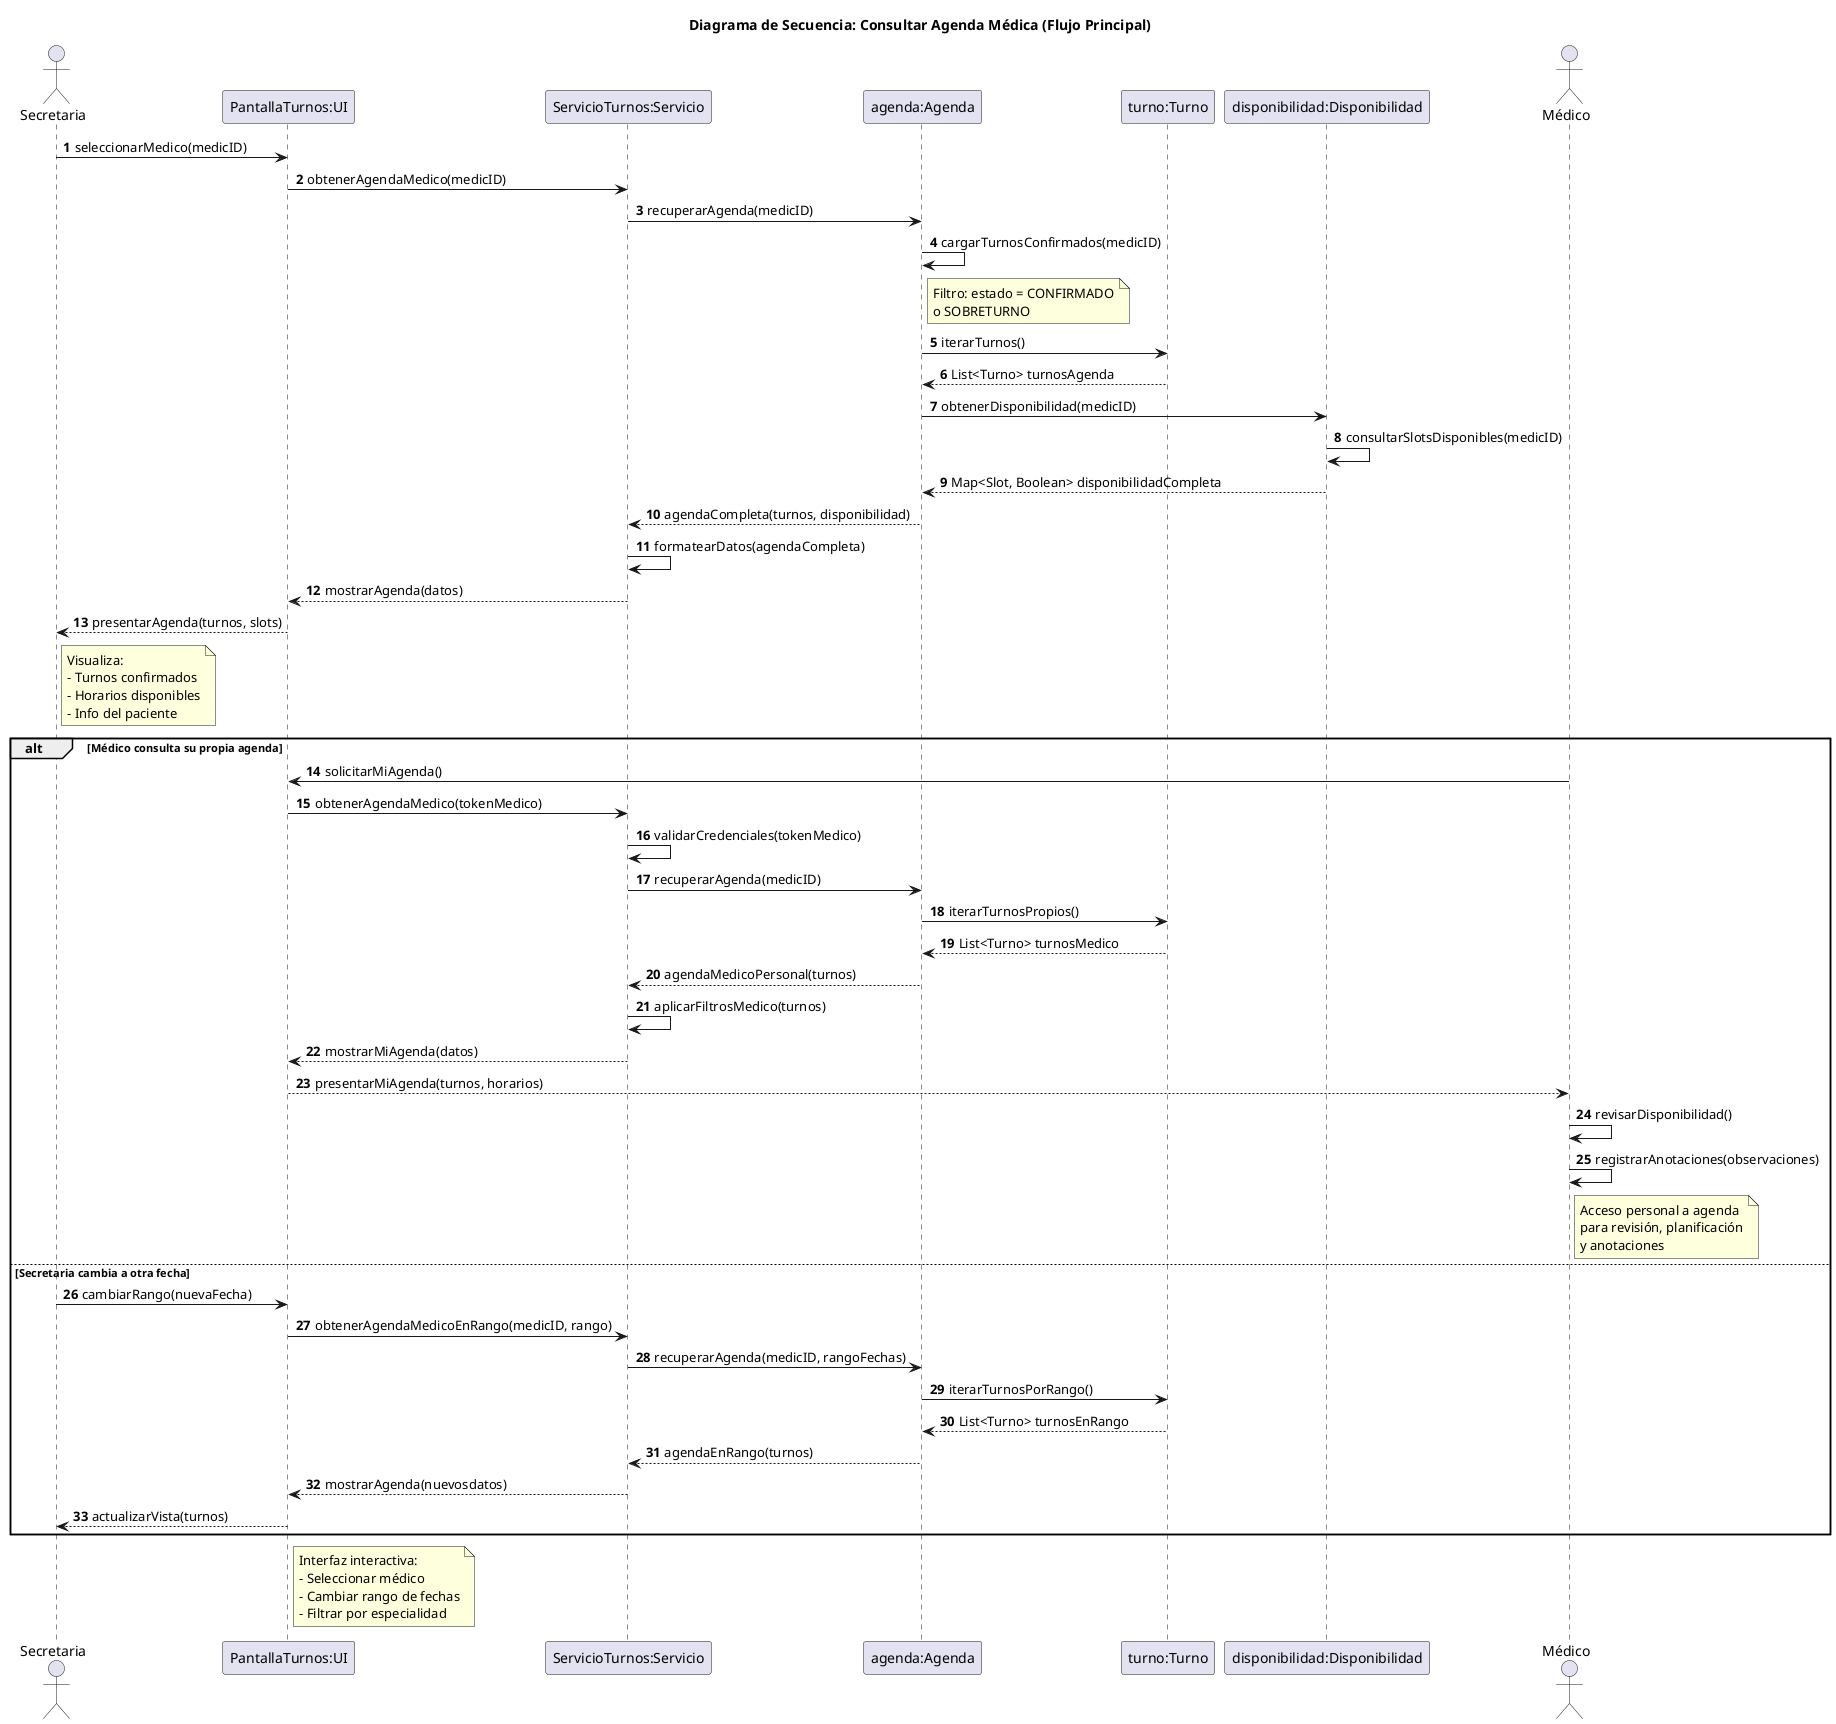
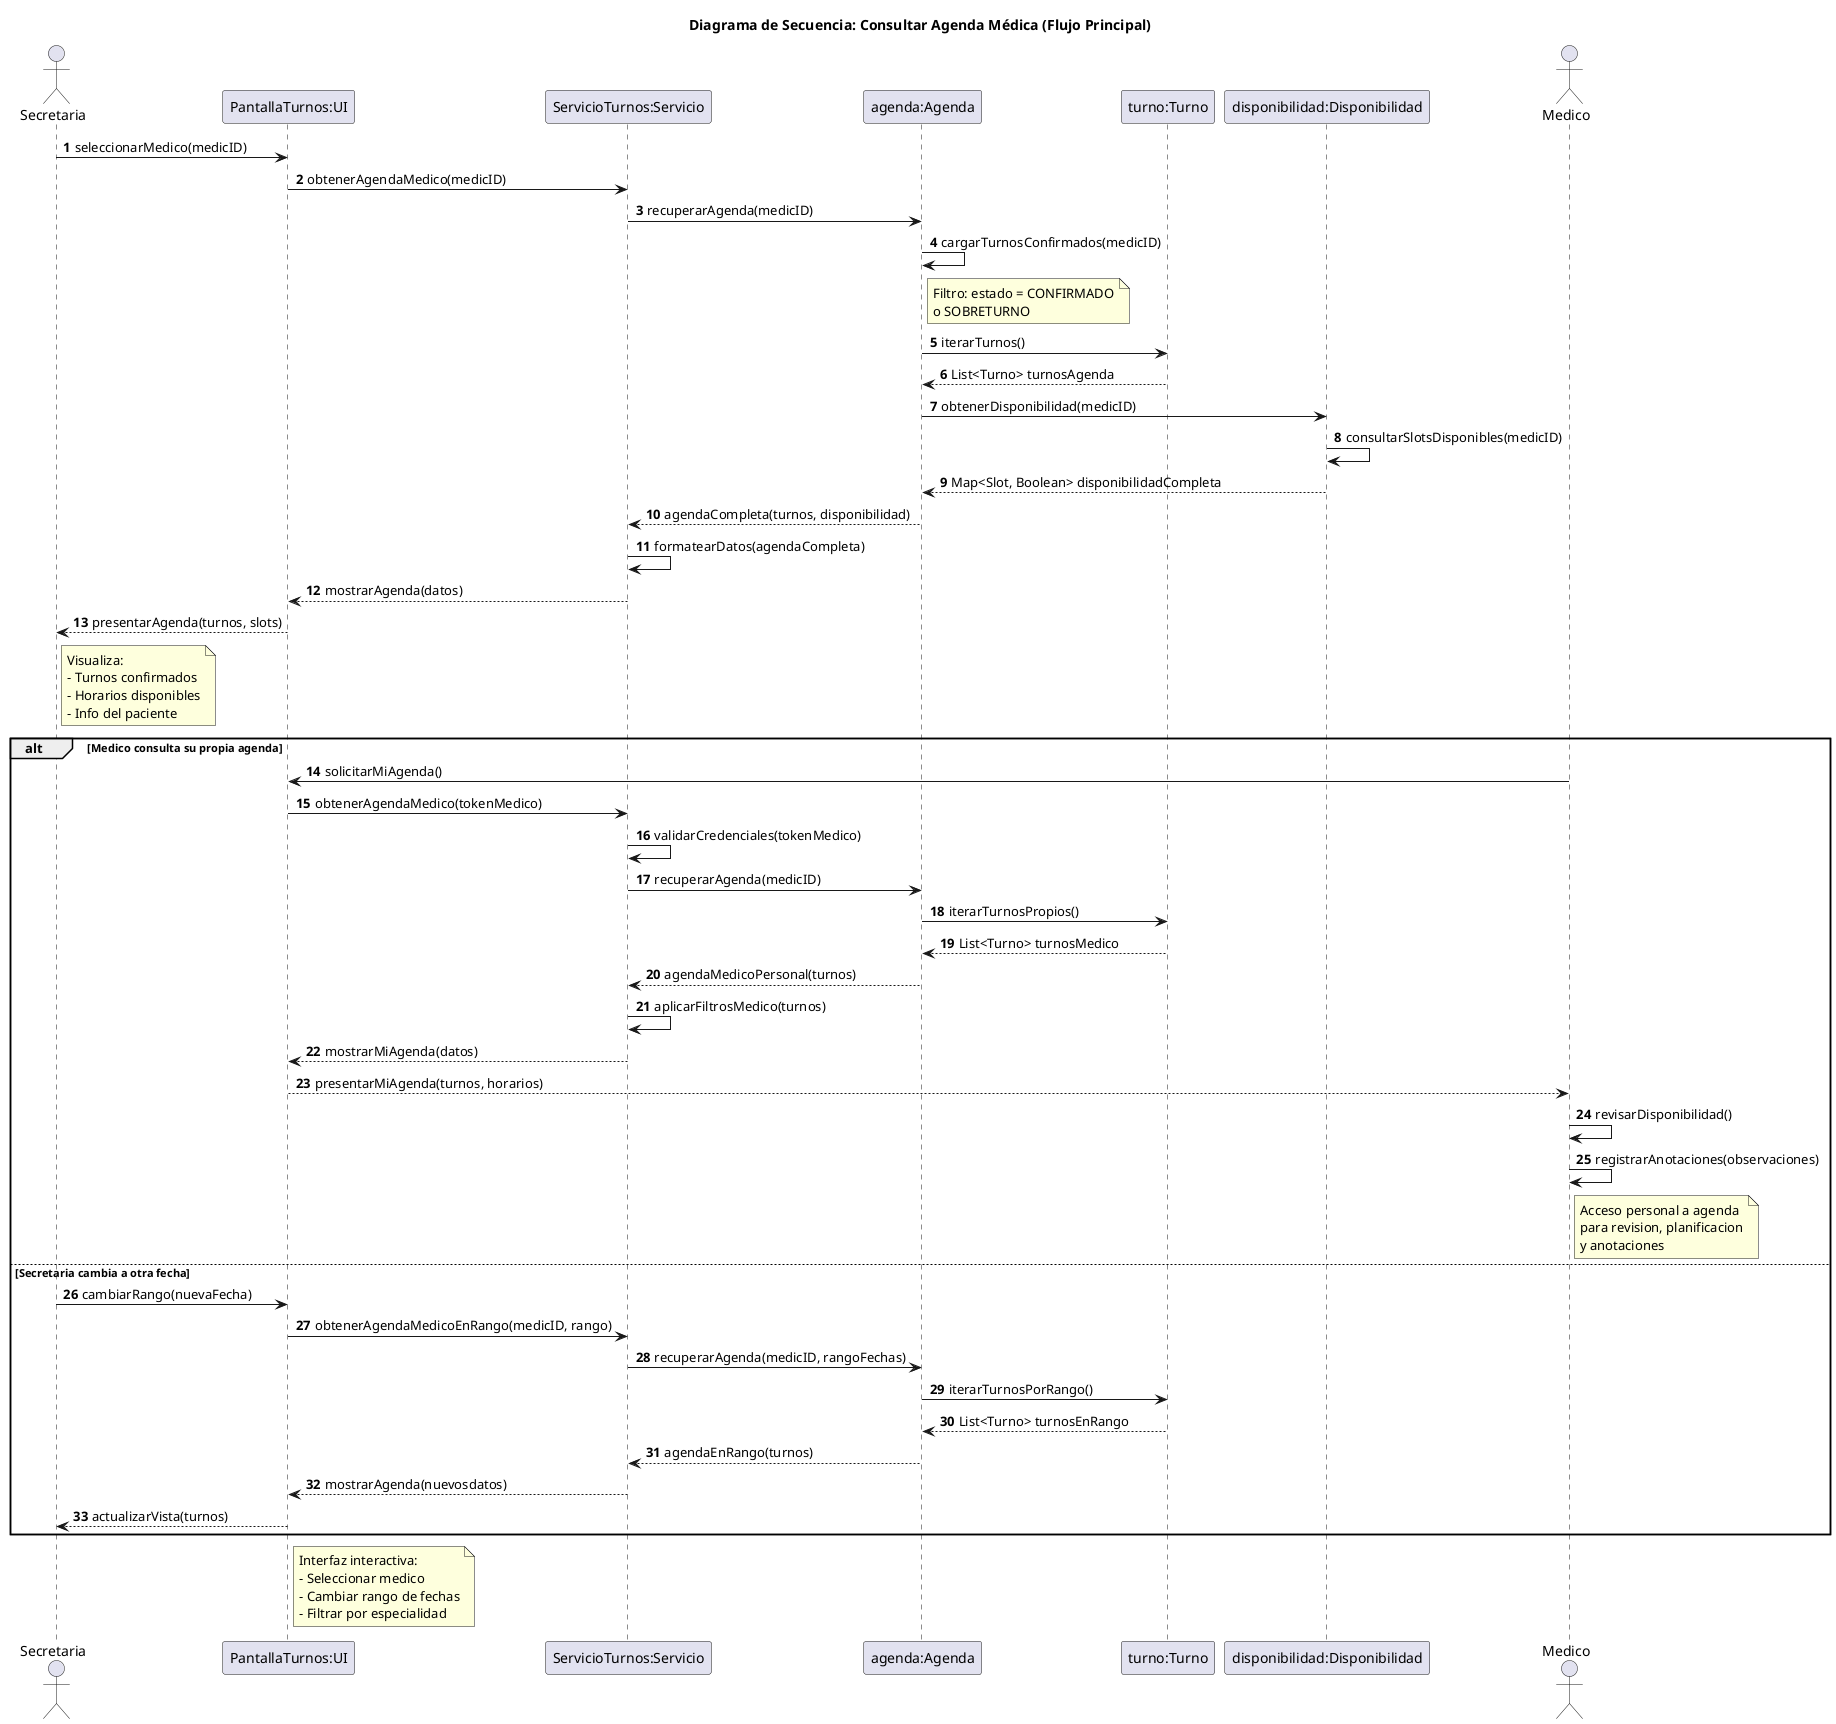
@startuml 05-secuencia-consultar-agenda-medica-flujo-principal-05
title Diagrama de Secuencia: Consultar Agenda Médica (Flujo Principal)

actor Secretaria
participant "PantallaTurnos:UI" as UI
participant "ServicioTurnos:Servicio" as Servicio
participant "agenda:Agenda" as Agenda
participant "turno:Turno" as Turno
participant "disponibilidad:Disponibilidad" as Disp
- actor Médico
+ actor Medico

autonumber

Secretaria -> UI: seleccionarMedico(medicID)
UI -> Servicio: obtenerAgendaMedico(medicID)
Servicio -> Agenda: recuperarAgenda(medicID)
Agenda -> Agenda: cargarTurnosConfirmados(medicID)
note right of Agenda
  Filtro: estado = CONFIRMADO
  o SOBRETURNO
end note
Agenda -> Turno: iterarTurnos()
Turno --> Agenda: List<Turno> turnosAgenda
Agenda -> Disp: obtenerDisponibilidad(medicID)
Disp -> Disp: consultarSlotsDisponibles(medicID)
Disp --> Agenda: Map<Slot, Boolean> disponibilidadCompleta
Agenda --> Servicio: agendaCompleta(turnos, disponibilidad)
Servicio -> Servicio: formatearDatos(agendaCompleta)
Servicio --> UI: mostrarAgenda(datos)
UI --> Secretaria: presentarAgenda(turnos, slots)
note right of Secretaria
  Visualiza:
  - Turnos confirmados
  - Horarios disponibles
  - Info del paciente
end note

- alt Médico consulta su propia agenda
-   Médico -> UI: solicitarMiAgenda()
+ alt Medico consulta su propia agenda
+   Medico -> UI: solicitarMiAgenda()
  UI -> Servicio: obtenerAgendaMedico(tokenMedico)
  Servicio -> Servicio: validarCredenciales(tokenMedico)
  Servicio -> Agenda: recuperarAgenda(medicID)
  Agenda -> Turno: iterarTurnosPropios()
  Turno --> Agenda: List<Turno> turnosMedico
  Agenda --> Servicio: agendaMedicoPersonal(turnos)
  Servicio -> Servicio: aplicarFiltrosMedico(turnos)
  Servicio --> UI: mostrarMiAgenda(datos)
-   UI --> Médico: presentarMiAgenda(turnos, horarios)
-   Médico -> Médico: revisarDisponibilidad()
-   Médico -> Médico: registrarAnotaciones(observaciones)
+   UI --> Medico: presentarMiAgenda(turnos, horarios)
+   Medico -> Medico: revisarDisponibilidad()
+   Medico -> Medico: registrarAnotaciones(observaciones)

-   note right of Médico
+   note right of Medico
    Acceso personal a agenda
-     para revisión, planificación
+     para revision, planificacion
    y anotaciones
  end note
else Secretaria cambia a otra fecha
  Secretaria -> UI: cambiarRango(nuevaFecha)
  UI -> Servicio: obtenerAgendaMedicoEnRango(medicID, rango)
  Servicio -> Agenda: recuperarAgenda(medicID, rangoFechas)
  Agenda -> Turno: iterarTurnosPorRango()
  Turno --> Agenda: List<Turno> turnosEnRango
  Agenda --> Servicio: agendaEnRango(turnos)
  Servicio --> UI: mostrarAgenda(nuevosdatos)
  UI --> Secretaria: actualizarVista(turnos)
end

note right of UI
  Interfaz interactiva:
-   - Seleccionar médico
+   - Seleccionar medico
  - Cambiar rango de fechas
  - Filtrar por especialidad
end note

@enduml
